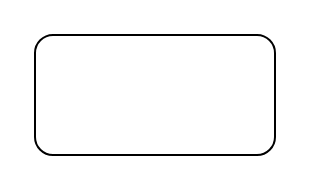
The draw.io diagram 未命名绘图.drawio in wulinghui/draw-java, before the edit. Source tidied: cells renumbered, new cells numbered last; positions are measured from the earlier drawing's top-left corner, leaving out a move shared by most shapes. Both pictures are drawn from the tidied source at 200%, with x=0, y=0 at pixel (34, 34).
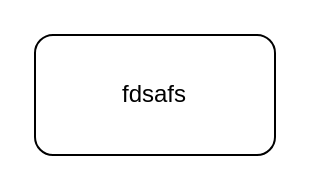
The same diagram, later.

What changed in the source:
```diff
@@
 <mxGraphModel>
   <root>
     <mxCell id="0" />
     <mxCell id="1" parent="0" />
-    <mxCell id="2" style="rounded=1;whiteSpace=wrap;html=1;" parent="1" vertex="1">
+    <mxCell id="2" value="fdsafs" style="rounded=1;whiteSpace=wrap;html=1;" parent="1" vertex="1">
       <mxGeometry width="120" height="60" as="geometry" />
     </mxCell>
   </root>
 </mxGraphModel>
```
